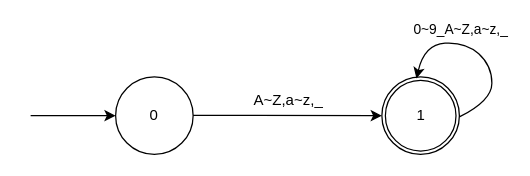
The draw.io diagram 未命名绘图.drawio in ZYNsama666/BackUp, before the edit. Source tidied: cells renumbered, new cells numbered last; positions are measured from the earlier drawing's top-left corner, leaving out a move shared by most shapes. Both pictures are drawn from the tidied source at 125%, with x=0, y=0 at pixel (30, 41).
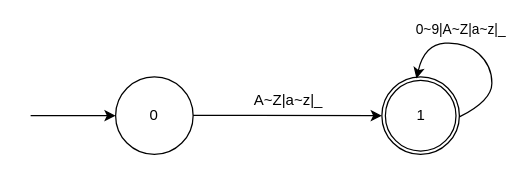
The same page after the edit.

Commit message (it also covers changes not shown here):
更新未命名绘图.drawio

The edit, as a diff of the source:
```diff
@@
 <mxGraphModel>
   <root>
     <mxCell id="0" />
     <mxCell id="1" parent="0" />
     <mxCell id="2" value="0" style="ellipse;whiteSpace=wrap;html=1;" parent="1" vertex="1">
       <mxGeometry x="68" y="28" width="62" height="62" as="geometry" />
     </mxCell>
     <mxCell id="3" value="1" style="ellipse;whiteSpace=wrap;html=1;" parent="1" vertex="1">
       <mxGeometry x="281" y="28" width="62" height="62" as="geometry" />
     </mxCell>
     <mxCell id="4" style="endArrow=classic;html=1;rounded=0;" parent="1" edge="1">
       <mxGeometry relative="1" as="geometry">
         <mxPoint y="59" as="sourcePoint" />
         <mxPoint x="68" y="59" as="targetPoint" />
       </mxGeometry>
     </mxCell>
     <mxCell id="5" style="endArrow=classic;html=1;rounded=0;entryX=0;entryY=0.5;entryDx=0;entryDy=0;" parent="1" edge="1" target="3">
       <mxGeometry relative="1" as="geometry">
         <mxPoint x="130" y="58.8" as="sourcePoint" />
       </mxGeometry>
     </mxCell>
-    <mxCell id="6" value="A~Z,a~z,_" style="text;html=1;align=center;verticalAlign=middle;strokeColor=none;fillColor=none;" parent="1" vertex="1">
+    <mxCell id="6" value="A~Z|a~z|_" style="text;html=1;align=center;verticalAlign=middle;strokeColor=none;fillColor=none;" parent="1" vertex="1">
       <mxGeometry x="169" y="34" width="73" height="26" as="geometry" />
     </mxCell>
     <mxCell id="7" style="curved=1;endArrow=classic;html=1;rounded=0;entryX=0.446;entryY=0.022;entryDx=0;entryDy=0;entryPerimeter=0;" parent="1" edge="1" target="3">
       <mxGeometry relative="1" as="geometry">
         <mxPoint x="343" y="60" as="sourcePoint" />
         <Array as="points">
           <mxPoint x="369" y="47" />
           <mxPoint x="369" y="19" />
           <mxPoint x="348" />
           <mxPoint x="315" y="2" />
         </Array>
       </mxGeometry>
     </mxCell>
-    <mxCell id="8" value="0~9_A~Z,a~z,_" style="edgeLabel;html=1;align=center;verticalAlign=middle;" parent="7" vertex="1">
+    <mxCell id="8" value="0~9|A~Z|a~z|_" style="edgeLabel;html=1;align=center;verticalAlign=middle;" parent="7" vertex="1">
       <mxGeometry x="0.32" y="-2" relative="1" as="geometry">
         <mxPoint x="7" y="-9" as="offset" />
       </mxGeometry>
     </mxCell>
     <mxCell id="9" value="1" style="ellipse;whiteSpace=wrap;html=1;" parent="1" vertex="1">
       <mxGeometry x="283.8" y="30.8" width="56.5" height="56.5" as="geometry" />
     </mxCell>
   </root>
 </mxGraphModel>
```
